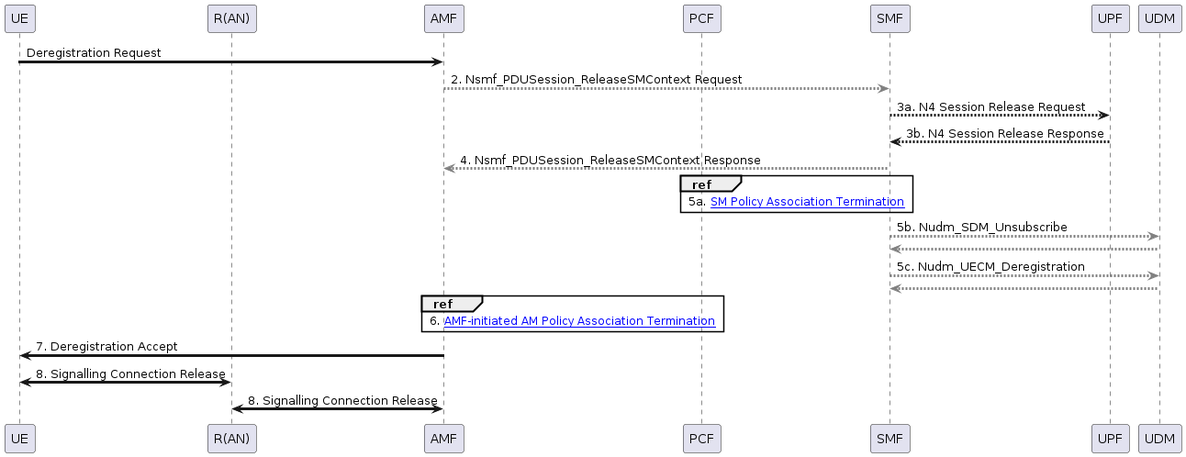
The PlantUML diagram 5G_UMLs/Procedures/UE-initiated Deregistration.png in tariromukute/5gc-features, before a commit. Its diagram source:
```plantuml
@startuml UE-initiated Deregistration

!include /home/common.puml
!$Nsmf_PDUSession = %load_json("/home/vars/Nsmf_PDUSession.json")
!$Nudm_UECM = %load_json("/home/vars/Nudm_UECM.json")
!$Nudm_SDM = %load_json("/home/vars/Nudm_SDM.json")


participant UE as UE
participant "R(AN)" as RAN
participant "AMF" as AMF
participant PCF as PCF
participant SMF as SMF
participant UPF as UPF
participant UDM as UDM

!$Nsmf_PDUSession_ReleaseSMContext ?= $color($Nsmf_PDUSession.Nsmf_PDUSession_ReleaseSMContext)
!$Nudm_UECM_Deregistration ?= $color($Nudm_UECM.Nudm_UECM_Deregistration)
!$Nudm_SDM_Unsubscribe ?= $color($Nudm_SDM.Nudm_SDM_Unsubscribe)

UE -> AMF : Deregistration Request
AMF -[$Nsmf_PDUSession_ReleaseSMContext]-> SMF : 2. Nsmf_PDUSession_ReleaseSMContext Request
SMF --> UPF : 3a. N4 Session Release Request
SMF <-- UPF : 3b. N4 Session Release Response
AMF <-[$Nsmf_PDUSession_ReleaseSMContext]- SMF : 4. Nsmf_PDUSession_ReleaseSMContext Response

ref over PCF,SMF
    5a. [[file://plantuml.com/TS23502_SM_Policy_Association_Termination.puml SM Policy Association Termination]]
end ref

SMF -[$Nudm_SDM_Unsubscribe]-> UDM : 5b. Nudm_SDM_Unsubscribe
SMF <-[$Nudm_SDM_Unsubscribe]- UDM
SMF -[$Nudm_UECM_Deregistration]-> UDM : 5c. Nudm_UECM_Deregistration
SMF <-[$Nudm_UECM_Deregistration]- UDM

ref over AMF,PCF
    6. [[file://plantuml.com/TS23502_AMF_Initiated_AM_Policy_Association_Termination.puml AMF-initiated AM Policy Association Termination]]
end ref

AMF -> UE : 7. Deregistration Accept
UE <->RAN : 8. Signalling Connection Release
RAN <-> AMF : 8. Signalling Connection Release
@enduml
```
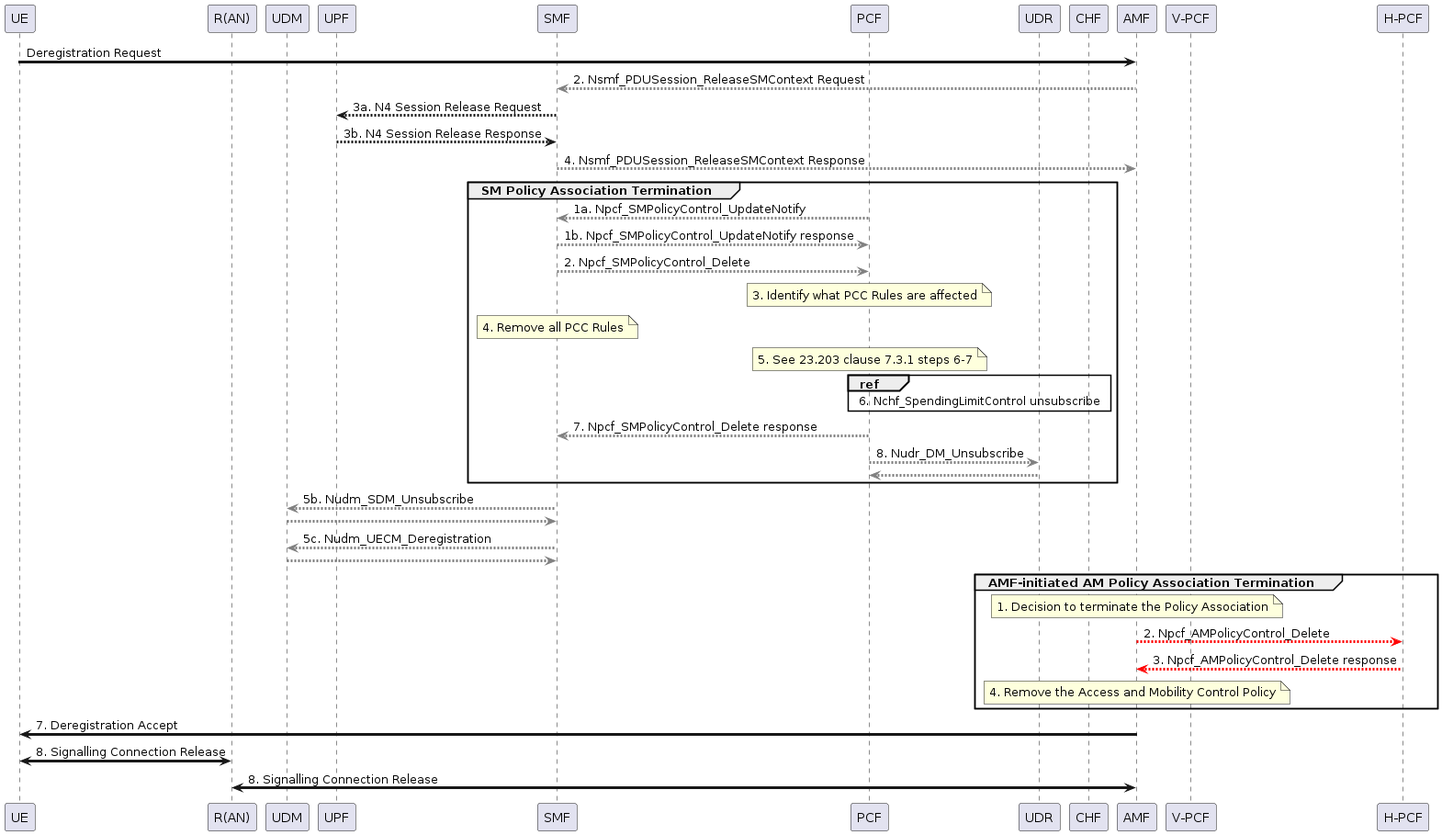
The same file after the commit.

Commit message:
Combined sequence diagrams to merged sub-procedures

The edit, as a diff of the source:
```diff
@@ -4,6 +4,7 @@
 !$Nsmf_PDUSession = %load_json("/home/vars/Nsmf_PDUSession.json")
 !$Nudm_UECM = %load_json("/home/vars/Nudm_UECM.json")
 !$Nudm_SDM = %load_json("/home/vars/Nudm_SDM.json")
+
 
 
 participant UE as UE
@@ -24,18 +25,18 @@
 SMF <-- UPF : 3b. N4 Session Release Response
 AMF <-[$Nsmf_PDUSession_ReleaseSMContext]- SMF : 4. Nsmf_PDUSession_ReleaseSMContext Response
 
-ref over PCF,SMF
-    5a. [[file://plantuml.com/TS23502_SM_Policy_Association_Termination.puml SM Policy Association Termination]]
-end ref
+group SM Policy Association Termination
+!includesub /home/TS23502_SM_Policy_Association_Termination.puml!ALL
+end
 
 SMF -[$Nudm_SDM_Unsubscribe]-> UDM : 5b. Nudm_SDM_Unsubscribe
 SMF <-[$Nudm_SDM_Unsubscribe]- UDM
 SMF -[$Nudm_UECM_Deregistration]-> UDM : 5c. Nudm_UECM_Deregistration
 SMF <-[$Nudm_UECM_Deregistration]- UDM
 
-ref over AMF,PCF
-    6. [[file://plantuml.com/TS23502_AMF_Initiated_AM_Policy_Association_Termination.puml AMF-initiated AM Policy Association Termination]]
-end ref
+group AMF-initiated AM Policy Association Termination
+!includesub /home/TS23502_AMF_Initiated_AM_Policy_Association_Termination.puml!ALL
+end
 
 AMF -> UE : 7. Deregistration Accept
 UE <->RAN : 8. Signalling Connection Release
```
